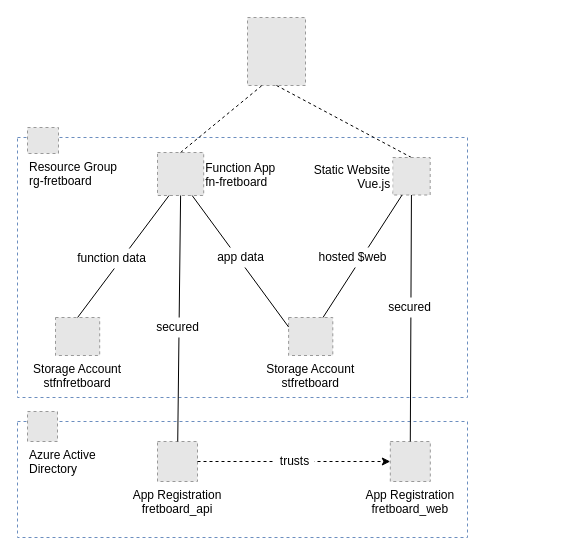
Before: docs/fretboard-architecture.drawio in chrisjensenuk/fretboard, a draw.io diagram. Source tidied: cells renumbered, new cells numbered last; positions are measured from the earlier drawing's top-left corner, leaving out a move shared by most shapes. Both pictures are drawn from the tidied source at 100%, with x=0, y=0 at pixel (17, 17). Pictures stored in the file or linked from it are replaced by grey dashed boxes.
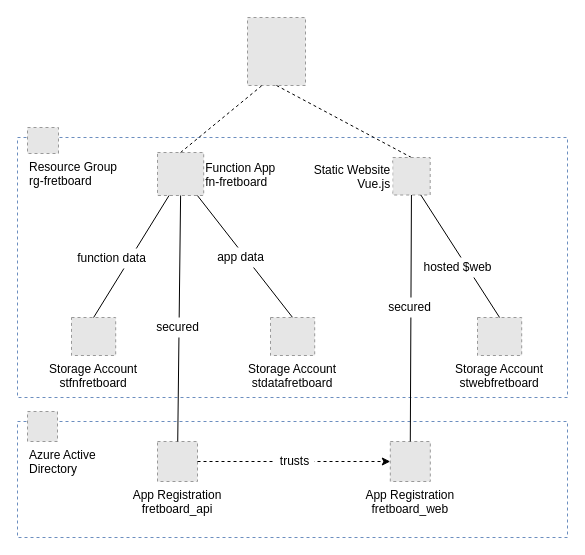
The same diagram, later.

Commit message (it also covers changes not shown here):
Saving to table storage. Added data rg

The change refers to these unchanged cells:
```xml
<mxCell id="4" value="Function App&#10;fn-fretboard" style="fillColor=#E6E6E6;strokeColor=#999999;dashed=1;verticalLabelPosition=middle;labelBackgroundColor=#ffffff;verticalAlign=middle;labelPosition=right;align=left;" parent="1" vertex="1">
  <mxGeometry x="140" y="135" width="46.2" height="43" as="geometry" />
</mxCell>
<mxCell id="16" value="Static Website&#10;Vue.js" style="fillColor=#E6E6E6;strokeColor=#999999;dashed=1;verticalLabelPosition=middle;verticalAlign=middle;labelBackgroundColor=#FFFFFF;labelPosition=left;align=right;" parent="1" vertex="1">
  <mxGeometry x="375.2" y="140" width="37.5" height="37.5" as="geometry" />
</mxCell>
```

What changed in the source:
```diff
@@
     <mxCell id="2" style="rounded=0;whiteSpace=wrap;html=1;dashed=1;fillColor=none;strokeColor=#6c8ebf;" parent="1" vertex="1">
-      <mxGeometry y="404" width="450" height="116" as="geometry" />
+      <mxGeometry y="404" width="550" height="116" as="geometry" />
     </mxCell>
     <mxCell id="3" style="rounded=0;whiteSpace=wrap;html=1;dashed=1;fillColor=none;strokeColor=#6c8ebf;" parent="1" vertex="1">
-      <mxGeometry y="120" width="450" height="260" as="geometry" />
+      <mxGeometry y="120" width="550" height="260" as="geometry" />
     </mxCell>
@@
     <mxCell id="6" value="Storage Account&#10;stfnfretboard" style="fillColor=#E6E6E6;strokeColor=#999999;dashed=1;verticalLabelPosition=bottom;verticalAlign=top;" parent="1" vertex="1">
-      <mxGeometry x="38" y="300" width="44.2" height="38" as="geometry" />
+      <mxGeometry x="54" y="300" width="44.2" height="38" as="geometry" />
     </mxCell>
@@
-    <mxCell id="12" value="Storage Account&#10;stfretboard" style="fillColor=#E6E6E6;strokeColor=#999999;dashed=1;verticalLabelPosition=bottom;verticalAlign=top;" parent="1" vertex="1">
-      <mxGeometry x="271.1" y="300" width="44.2" height="38" as="geometry" />
+    <mxCell id="12" value="Storage Account&#10;stwebfretboard" style="fillColor=#E6E6E6;strokeColor=#999999;dashed=1;verticalLabelPosition=bottom;verticalAlign=top;" parent="1" vertex="1">
+      <mxGeometry x="460" y="300" width="44.2" height="38" as="geometry" />
     </mxCell>
@@
-    <mxCell id="17" style="endArrow=none;html=1;exitX=0.75;exitY=1;exitDx=0;exitDy=0;entryX=0;entryY=0.25;entryDx=0;entryDy=0;" parent="1" edge="1" source="4" target="12">
+    <mxCell id="17" style="endArrow=none;html=1;entryX=0.5;entryY=0;entryDx=0;entryDy=0;" parent="1" edge="1" source="4" target="27">
       <mxGeometry relative="1" as="geometry" />
     </mxCell>
@@
-    <mxCell id="19" style="endArrow=none;html=1;strokeWidth=1;entryX=0.25;entryY=1;entryDx=0;entryDy=0;" parent="1" edge="1" source="12" target="16">
-      <mxGeometry relative="1" as="geometry" />
-    </mxCell>
-    <mxCell id="20" value="hosted $web" style="text;html=1;align=center;verticalAlign=middle;fillColor=#ffffff;" parent="1" vertex="1">
-      <mxGeometry x="295.2" y="230" width="80" height="20" as="geometry" />
-    </mxCell>
@@
+    <mxCell id="19" style="endArrow=none;html=1;strokeWidth=1;entryX=0.75;entryY=1;entryDx=0;entryDy=0;exitX=0.5;exitY=0;exitDx=0;exitDy=0;" parent="1" edge="1" source="12" target="16">
+      <mxGeometry relative="1" as="geometry" />
+    </mxCell>
+    <mxCell id="27" value="Storage Account&#10;stdatafretboard" style="fillColor=#E6E6E6;strokeColor=#999999;dashed=1;verticalLabelPosition=bottom;verticalAlign=top;" parent="1" vertex="1">
+      <mxGeometry x="253" y="300" width="44.2" height="38" as="geometry" />
+    </mxCell>
+    <mxCell id="20" value="hosted $web" style="text;html=1;align=center;verticalAlign=middle;fillColor=#ffffff;" parent="1" vertex="1">
+      <mxGeometry x="400" y="240" width="80" height="20" as="geometry" />
+    </mxCell>
```
